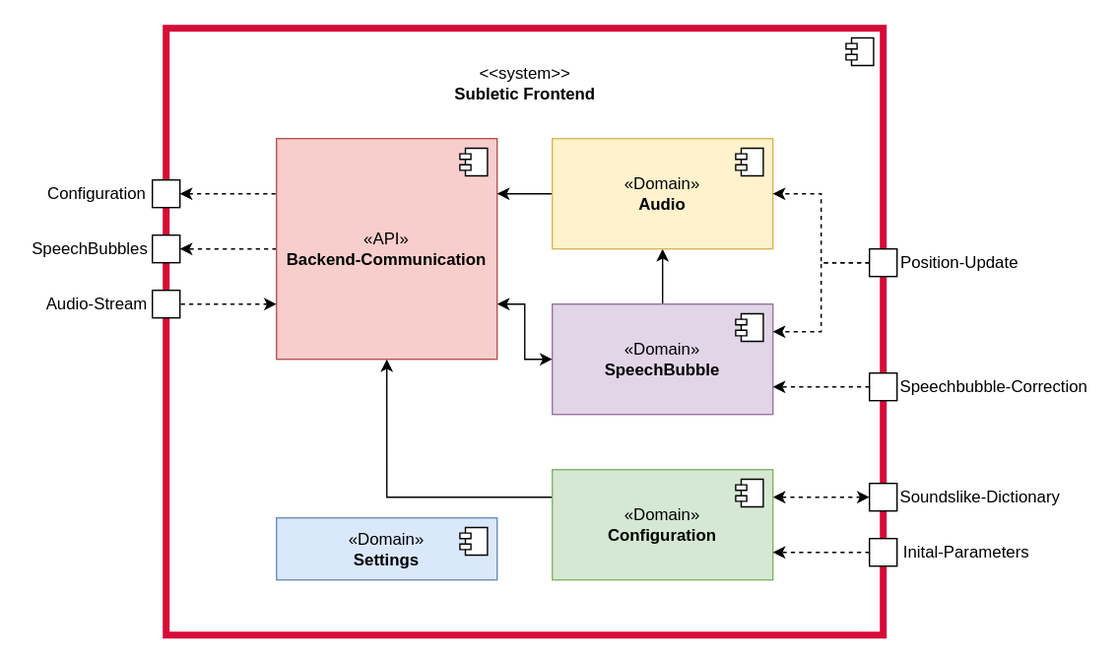
Subletic/Documentation keeps this draw.io diagram as TechnicalDocumentation/arc42/img/Bausteinsicht_1_Frontend.drawio.svg. Above is the earlier version. Source tidied: cells renumbered, new cells last; positions are measured from the earlier drawing's top-left corner, leaving out a move shared by most shapes.
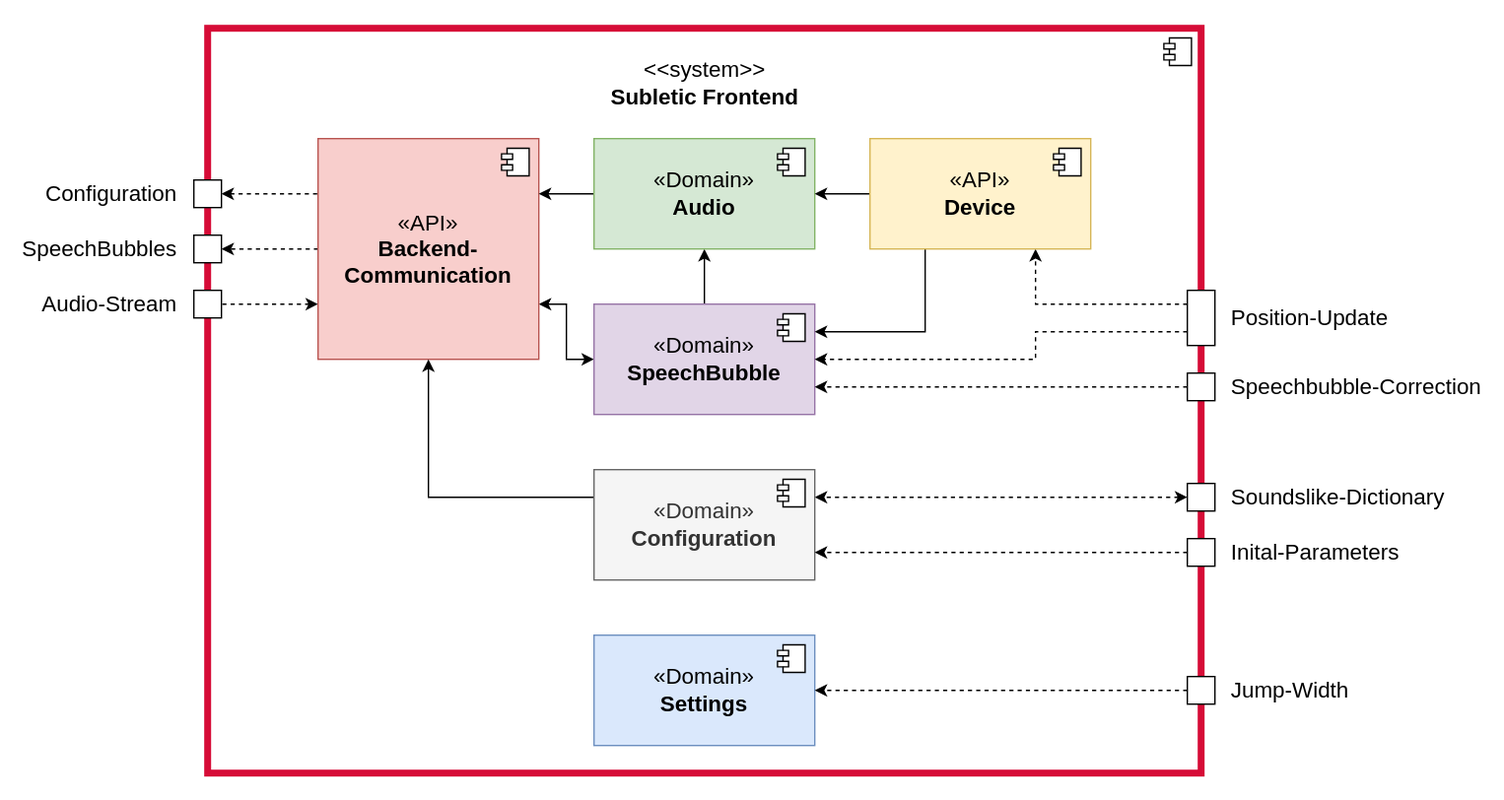
The same file after the commit.

Change to the diagram source:
```diff
@@ -3,10 +3,10 @@
     <mxCell id="0" />
     <mxCell id="1" parent="0" />
     <mxCell id="2" style="rounded=0;whiteSpace=wrap;html=1;strokeColor=none;strokeWidth=10;" parent="1" vertex="1">
-      <mxGeometry width="810" height="480" as="geometry" />
+      <mxGeometry width="1090" height="580" as="geometry" />
     </mxCell>
     <mxCell id="3" style="html=1;whiteSpace=wrap;strokeColor=#D60C37;strokeWidth=5;" parent="1" vertex="1">
-      <mxGeometry x="120" y="20" width="520" height="440" as="geometry" />
+      <mxGeometry x="150" y="20" width="720" height="540" as="geometry" />
     </mxCell>
     <mxCell id="4" style="shape=module;jettyWidth=8;jettyHeight=4;" parent="3" vertex="1">
       <mxGeometry x="1" width="20" height="20" relative="1" as="geometry">
@@ -16,8 +16,8 @@
     <mxCell id="5" style="edgeStyle=orthogonalEdgeStyle;rounded=0;jettySize=auto;html=1;exitX=0;exitY=0.5;exitDx=0;exitDy=0;entryX=1;entryY=0.5;entryDx=0;entryDy=0;dashed=1;" parent="1" edge="1" source="8" target="20">
       <mxGeometry relative="1" as="geometry">
         <Array as="points">
-          <mxPoint x="160" y="180" />
-          <mxPoint x="160" y="180" />
+          <mxPoint x="190" y="180" />
+          <mxPoint x="190" y="180" />
         </Array>
       </mxGeometry>
     </mxCell>
@@ -27,8 +27,8 @@
     <mxCell id="7" style="edgeStyle=orthogonalEdgeStyle;rounded=0;jettySize=auto;html=1;exitX=0;exitY=0.75;exitDx=0;exitDy=0;entryX=1;entryY=0.5;entryDx=0;entryDy=0;dashed=1;startArrow=classic;startFill=1;endArrow=none;endFill=0;" parent="1" edge="1" source="8" target="31">
       <mxGeometry relative="1" as="geometry" />
     </mxCell>
-    <mxCell id="8" value="«API»&lt;br&gt;&lt;b&gt;Backend-Communication&lt;/b&gt;" style="html=1;whiteSpace=wrap;fillColor=#f8cecc;strokeColor=#b85450;" parent="1" vertex="1">
-      <mxGeometry x="200" y="100" width="160" height="160" as="geometry" />
+    <mxCell id="8" value="«API»&lt;br style=&quot;font-size: 16px;&quot;&gt;&lt;b style=&quot;font-size: 16px;&quot;&gt;Backend-Communication&lt;/b&gt;" style="html=1;whiteSpace=wrap;fillColor=#f8cecc;strokeColor=#b85450;fontSize=16;" parent="1" vertex="1">
+      <mxGeometry x="230" y="100" width="160" height="160" as="geometry" />
     </mxCell>
     <mxCell id="9" style="shape=module;jettyWidth=8;jettyHeight=4;" parent="8" vertex="1">
       <mxGeometry x="1" width="20" height="20" relative="1" as="geometry">
@@ -41,68 +41,68 @@
     <mxCell id="11" style="edgeStyle=orthogonalEdgeStyle;html=1;exitX=0;exitY=0.5;exitDx=0;exitDy=0;entryX=1;entryY=0.25;entryDx=0;entryDy=0;rounded=0;" parent="1" edge="1" source="12" target="8">
       <mxGeometry relative="1" as="geometry" />
     </mxCell>
-    <mxCell id="12" value="«Domain»&lt;br&gt;&lt;b&gt;Audio&lt;/b&gt;" style="html=1;whiteSpace=wrap;fillColor=#fff2cc;strokeColor=#d6b656;" parent="1" vertex="1">
-      <mxGeometry x="400" y="100" width="160" height="80" as="geometry" />
+    <mxCell id="12" value="«Domain»&lt;br style=&quot;font-size: 16px;&quot;&gt;&lt;b style=&quot;font-size: 16px;&quot;&gt;Audio&lt;/b&gt;" style="html=1;whiteSpace=wrap;fillColor=#d5e8d4;strokeColor=#82b366;fontSize=16;" parent="1" vertex="1">
+      <mxGeometry x="430" y="100" width="160" height="80" as="geometry" />
     </mxCell>
     <mxCell id="13" style="shape=module;jettyWidth=8;jettyHeight=4;" parent="12" vertex="1">
       <mxGeometry x="1" width="20" height="20" relative="1" as="geometry">
         <mxPoint x="-27" y="7" as="offset" />
       </mxGeometry>
     </mxCell>
-    <mxCell id="14" value="«Domain»&lt;br&gt;&lt;b&gt;SpeechBubble&lt;/b&gt;" style="html=1;whiteSpace=wrap;fillColor=#e1d5e7;strokeColor=#9673a6;" parent="1" vertex="1">
-      <mxGeometry x="400" y="220" width="160" height="80" as="geometry" />
+    <mxCell id="14" value="«Domain»&lt;br style=&quot;font-size: 16px;&quot;&gt;&lt;b style=&quot;font-size: 16px;&quot;&gt;SpeechBubble&lt;/b&gt;" style="html=1;whiteSpace=wrap;fillColor=#e1d5e7;strokeColor=#9673a6;fontSize=16;" parent="1" vertex="1">
+      <mxGeometry x="430" y="220" width="160" height="80" as="geometry" />
     </mxCell>
     <mxCell id="15" style="shape=module;jettyWidth=8;jettyHeight=4;" parent="14" vertex="1">
       <mxGeometry x="1" width="20" height="20" relative="1" as="geometry">
         <mxPoint x="-27" y="7" as="offset" />
       </mxGeometry>
     </mxCell>
-    <mxCell id="16" style="edgeStyle=orthogonalEdgeStyle;rounded=0;jettySize=auto;html=1;exitX=0;exitY=0.5;exitDx=0;exitDy=0;dashed=1;entryX=1;entryY=0.75;entryDx=0;entryDy=0;" parent="1" edge="1" source="24" target="14">
+    <mxCell id="16" style="edgeStyle=orthogonalEdgeStyle;rounded=0;jettySize=auto;html=1;dashed=1;entryX=1;entryY=0.75;entryDx=0;entryDy=0;exitX=0;exitY=0.5;exitDx=0;exitDy=0;" parent="1" edge="1" source="24" target="14">
       <mxGeometry relative="1" as="geometry" />
     </mxCell>
     <mxCell id="17" style="edgeStyle=orthogonalEdgeStyle;rounded=0;jettySize=auto;html=1;entryX=0;entryY=0.25;entryDx=0;entryDy=0;dashed=1;exitX=1;exitY=0.5;exitDx=0;exitDy=0;startArrow=classic;startFill=1;endArrow=none;endFill=0;" parent="1" edge="1" source="18" target="8">
       <mxGeometry relative="1" as="geometry">
         <Array as="points">
-          <mxPoint x="140" y="140" />
-          <mxPoint x="140" y="140" />
+          <mxPoint x="170" y="140" />
+          <mxPoint x="170" y="140" />
         </Array>
       </mxGeometry>
     </mxCell>
     <mxCell id="18" style="rounded=0;whiteSpace=wrap;html=1;" parent="1" vertex="1">
-      <mxGeometry x="110" y="130" width="20" height="20" as="geometry" />
+      <mxGeometry x="140" y="130" width="20" height="20" as="geometry" />
     </mxCell>
-    <mxCell id="19" value="Audio-Stream" style="text;html=1;strokeColor=none;fillColor=none;align=center;verticalAlign=middle;whiteSpace=wrap;rounded=0;" parent="1" vertex="1">
-      <mxGeometry x="30" y="205" width="80" height="30" as="geometry" />
+    <mxCell id="19" value="Audio-Stream" style="text;html=1;strokeColor=none;fillColor=none;align=right;verticalAlign=middle;whiteSpace=wrap;rounded=0;fontSize=16;" parent="1" vertex="1">
+      <mxGeometry x="20" y="205" width="110" height="30" as="geometry" />
     </mxCell>
     <mxCell id="20" style="rounded=0;whiteSpace=wrap;html=1;" parent="1" vertex="1">
-      <mxGeometry x="110" y="170" width="20" height="20" as="geometry" />
+      <mxGeometry x="140" y="170" width="20" height="20" as="geometry" />
     </mxCell>
-    <mxCell id="21" value="Configuration" style="text;html=1;strokeColor=none;fillColor=none;align=center;verticalAlign=middle;whiteSpace=wrap;rounded=0;" parent="1" vertex="1">
-      <mxGeometry x="30" y="125" width="80" height="30" as="geometry" />
+    <mxCell id="21" value="Configuration" style="text;html=1;strokeColor=none;fillColor=none;align=right;verticalAlign=middle;whiteSpace=wrap;rounded=0;fontSize=16;" parent="1" vertex="1">
+      <mxGeometry x="20" y="125" width="110" height="30" as="geometry" />
     </mxCell>
     <mxCell id="22" style="edgeStyle=orthogonalEdgeStyle;rounded=0;jettySize=auto;html=1;exitX=0;exitY=0.5;exitDx=0;exitDy=0;entryX=1;entryY=0.25;entryDx=0;entryDy=0;dashed=1;startArrow=classic;startFill=1;" parent="1" edge="1" source="23" target="29">
       <mxGeometry relative="1" as="geometry" />
     </mxCell>
     <mxCell id="23" style="rounded=0;whiteSpace=wrap;html=1;" parent="1" vertex="1">
-      <mxGeometry x="630" y="350" width="20" height="20" as="geometry" />
+      <mxGeometry x="860" y="350" width="20" height="20" as="geometry" />
     </mxCell>
     <mxCell id="24" style="rounded=0;whiteSpace=wrap;html=1;" parent="1" vertex="1">
-      <mxGeometry x="630" y="270" width="20" height="20" as="geometry" />
+      <mxGeometry x="860" y="270" width="20" height="20" as="geometry" />
     </mxCell>
-    <mxCell id="25" value="&lt;div&gt;&amp;lt;&amp;lt;system&amp;gt;&amp;gt;&lt;/div&gt;&lt;div&gt;&lt;b&gt;Subletic Frontend&lt;/b&gt;&lt;br&gt;&lt;/div&gt;" style="text;html=1;align=center;verticalAlign=middle;strokeColor=none;fillColor=none;" parent="1" vertex="1">
-      <mxGeometry x="315" y="40" width="130" height="40" as="geometry" />
+    <mxCell id="25" value="&lt;div style=&quot;font-size: 16px;&quot;&gt;&amp;lt;&amp;lt;system&amp;gt;&amp;gt;&lt;/div&gt;&lt;div style=&quot;font-size: 16px;&quot;&gt;&lt;b style=&quot;font-size: 16px;&quot;&gt;Subletic Frontend&lt;/b&gt;&lt;br style=&quot;font-size: 16px;&quot;&gt;&lt;/div&gt;" style="text;html=1;align=center;verticalAlign=middle;strokeColor=none;fillColor=none;fontSize=16;" parent="1" vertex="1">
+      <mxGeometry x="430" y="35" width="160" height="50" as="geometry" />
     </mxCell>
-    <mxCell id="26" value="Soundslike-Dictionary" style="text;html=1;align=center;verticalAlign=middle;strokeColor=none;fillColor=none;rotation=0;" parent="1" vertex="1">
-      <mxGeometry x="650" y="345" width="120" height="30" as="geometry" />
+    <mxCell id="26" value="Soundslike-Dictionary" style="text;html=1;align=left;verticalAlign=middle;strokeColor=none;fillColor=none;rotation=0;fontSize=16;" parent="1" vertex="1">
+      <mxGeometry x="890" y="345" width="180" height="30" as="geometry" />
     </mxCell>
-    <mxCell id="27" value="Speechbubble-Correction" style="text;html=1;align=center;verticalAlign=middle;strokeColor=none;fillColor=none;" parent="1" vertex="1">
-      <mxGeometry x="650" y="265" width="140" height="30" as="geometry" />
+    <mxCell id="27" value="Speechbubble-Correction" style="text;html=1;align=left;verticalAlign=middle;strokeColor=none;fillColor=none;fontSize=16;" parent="1" vertex="1">
+      <mxGeometry x="890" y="265" width="200" height="30" as="geometry" />
     </mxCell>
     <mxCell id="28" style="edgeStyle=orthogonalEdgeStyle;rounded=0;jettySize=auto;html=1;exitX=0;exitY=0.25;exitDx=0;exitDy=0;entryX=0.5;entryY=1;entryDx=0;entryDy=0;" parent="1" edge="1" source="29" target="8">
       <mxGeometry relative="1" as="geometry" />
     </mxCell>
-    <mxCell id="29" value="&lt;div&gt;«Domain»&lt;/div&gt;&lt;b&gt;Configuration&lt;/b&gt;" style="html=1;whiteSpace=wrap;fillColor=#d5e8d4;strokeColor=#82b366;" parent="1" vertex="1">
-      <mxGeometry x="400" y="340" width="160" height="80" as="geometry" />
+    <mxCell id="29" value="&lt;div style=&quot;font-size: 16px;&quot;&gt;«Domain»&lt;/div&gt;&lt;b style=&quot;font-size: 16px;&quot;&gt;Configuration&lt;/b&gt;" style="html=1;whiteSpace=wrap;fillColor=#f5f5f5;strokeColor=#666666;fontColor=#333333;fontSize=16;" parent="1" vertex="1">
+      <mxGeometry x="430" y="340" width="160" height="80" as="geometry" />
     </mxCell>
     <mxCell id="30" style="shape=module;jettyWidth=8;jettyHeight=4;" parent="29" vertex="1">
       <mxGeometry x="1" width="20" height="20" relative="1" as="geometry">
@@ -110,39 +110,71 @@
       </mxGeometry>
     </mxCell>
     <mxCell id="31" style="rounded=0;whiteSpace=wrap;html=1;" parent="1" vertex="1">
-      <mxGeometry x="110" y="210" width="20" height="20" as="geometry" />
+      <mxGeometry x="140" y="210" width="20" height="20" as="geometry" />
     </mxCell>
-    <mxCell id="32" value="SpeechBubbles" style="text;html=1;strokeColor=none;fillColor=none;align=center;verticalAlign=middle;whiteSpace=wrap;rounded=0;" parent="1" vertex="1">
-      <mxGeometry x="20" y="165" width="90" height="30" as="geometry" />
+    <mxCell id="32" value="SpeechBubbles" style="text;html=1;strokeColor=none;fillColor=none;align=right;verticalAlign=middle;whiteSpace=wrap;rounded=0;fontSize=16;" parent="1" vertex="1">
+      <mxGeometry y="165" width="130" height="30" as="geometry" />
     </mxCell>
-    <mxCell id="33" style="edgeStyle=orthogonalEdgeStyle;rounded=0;jettySize=auto;html=1;exitX=0;exitY=0.5;exitDx=0;exitDy=0;entryX=1;entryY=0.25;entryDx=0;entryDy=0;dashed=1;" parent="1" edge="1" source="35" target="14">
-      <mxGeometry relative="1" as="geometry" />
+    <mxCell id="33" style="edgeStyle=orthogonalEdgeStyle;rounded=0;jettySize=auto;html=1;entryX=1;entryY=0.5;entryDx=0;entryDy=0;dashed=1;exitX=0;exitY=0.75;exitDx=0;exitDy=0;" parent="1" edge="1" source="35" target="14">
+      <mxGeometry relative="1" as="geometry">
+        <Array as="points">
+          <mxPoint x="750" y="240" />
+          <mxPoint x="750" y="260" />
+        </Array>
+      </mxGeometry>
     </mxCell>
-    <mxCell id="34" style="edgeStyle=orthogonalEdgeStyle;rounded=0;jettySize=auto;html=1;exitX=0;exitY=0.5;exitDx=0;exitDy=0;entryX=1;entryY=0.5;entryDx=0;entryDy=0;dashed=1;" parent="1" edge="1" source="35" target="12">
-      <mxGeometry relative="1" as="geometry" />
+    <mxCell id="34" style="edgeStyle=orthogonalEdgeStyle;rounded=0;jettySize=auto;html=1;entryX=0.75;entryY=1;entryDx=0;entryDy=0;dashed=1;exitX=0;exitY=0.25;exitDx=0;exitDy=0;" parent="1" edge="1" source="35" target="44">
+      <mxGeometry relative="1" as="geometry">
+        <Array as="points">
+          <mxPoint x="750" y="220" />
+        </Array>
+      </mxGeometry>
     </mxCell>
     <mxCell id="35" style="rounded=0;whiteSpace=wrap;html=1;" parent="1" vertex="1">
-      <mxGeometry x="630" y="180" width="20" height="20" as="geometry" />
+      <mxGeometry x="860" y="210" width="20" height="40" as="geometry" />
     </mxCell>
-    <mxCell id="36" value="Position-Update" style="text;html=1;align=center;verticalAlign=middle;strokeColor=none;fillColor=none;" parent="1" vertex="1">
-      <mxGeometry x="650" y="175" width="90" height="30" as="geometry" />
+    <mxCell id="36" value="Position-Update" style="text;html=1;align=left;verticalAlign=middle;strokeColor=none;fillColor=none;fontSize=16;" parent="1" vertex="1">
+      <mxGeometry x="890" y="215" width="140" height="30" as="geometry" />
     </mxCell>
     <mxCell id="37" style="rounded=0;whiteSpace=wrap;html=1;" parent="1" vertex="1">
-      <mxGeometry x="630" y="390" width="20" height="20" as="geometry" />
+      <mxGeometry x="860" y="390" width="20" height="20" as="geometry" />
     </mxCell>
     <mxCell id="38" style="edgeStyle=orthogonalEdgeStyle;rounded=0;jettySize=auto;html=1;exitX=0;exitY=0.5;exitDx=0;exitDy=0;entryX=1;entryY=0.75;entryDx=0;entryDy=0;dashed=1;startArrow=none;startFill=0;endArrow=classic;endFill=1;" parent="1" edge="1" source="37" target="29">
       <mxGeometry relative="1" as="geometry" />
     </mxCell>
-    <mxCell id="39" value="Inital-Parameters" style="text;html=1;align=center;verticalAlign=middle;strokeColor=none;fillColor=none;rotation=0;" parent="1" vertex="1">
-      <mxGeometry x="650" y="385" width="100" height="30" as="geometry" />
+    <mxCell id="39" value="Inital-Parameters" style="text;html=1;align=left;verticalAlign=middle;strokeColor=none;fillColor=none;rotation=0;fontSize=16;" parent="1" vertex="1">
+      <mxGeometry x="890" y="385" width="150" height="30" as="geometry" />
     </mxCell>
-    <mxCell id="40" value="&lt;div&gt;«Domain»&lt;/div&gt;&lt;b&gt;Settings&lt;/b&gt;" style="html=1;whiteSpace=wrap;fillColor=#dae8fc;strokeColor=#6c8ebf;" parent="1" vertex="1">
-      <mxGeometry x="200" y="375" width="160" height="45" as="geometry" />
+    <mxCell id="40" value="&lt;div style=&quot;font-size: 16px;&quot;&gt;«Domain»&lt;/div&gt;&lt;b style=&quot;font-size: 16px;&quot;&gt;Settings&lt;/b&gt;" style="html=1;whiteSpace=wrap;fillColor=#dae8fc;strokeColor=#6c8ebf;fontSize=16;" parent="1" vertex="1">
+      <mxGeometry x="430" y="460" width="160" height="80" as="geometry" />
     </mxCell>
     <mxCell id="41" style="shape=module;jettyWidth=8;jettyHeight=4;" parent="40" vertex="1">
       <mxGeometry x="1" width="20" height="20" relative="1" as="geometry">
         <mxPoint x="-27" y="7" as="offset" />
       </mxGeometry>
     </mxCell>
+    <mxCell id="42" style="edgeStyle=orthogonalEdgeStyle;rounded=0;jettySize=auto;html=1;exitX=0;exitY=0.5;exitDx=0;exitDy=0;entryX=1;entryY=0.5;entryDx=0;entryDy=0;" parent="1" edge="1" source="44" target="12">
+      <mxGeometry relative="1" as="geometry" />
+    </mxCell>
+    <mxCell id="43" style="edgeStyle=orthogonalEdgeStyle;rounded=0;jettySize=auto;html=1;exitX=0.25;exitY=1;exitDx=0;exitDy=0;entryX=1;entryY=0.25;entryDx=0;entryDy=0;" parent="1" edge="1" source="44" target="14">
+      <mxGeometry relative="1" as="geometry" />
+    </mxCell>
+    <mxCell id="44" value="«API»&lt;br style=&quot;font-size: 16px;&quot;&gt;&lt;b style=&quot;font-size: 16px;&quot;&gt;Device&lt;/b&gt;" style="html=1;whiteSpace=wrap;fillColor=#fff2cc;strokeColor=#d6b656;fontSize=16;" parent="1" vertex="1">
+      <mxGeometry x="630" y="100" width="160" height="80" as="geometry" />
+    </mxCell>
+    <mxCell id="45" style="shape=module;jettyWidth=8;jettyHeight=4;" parent="44" vertex="1">
+      <mxGeometry x="1" width="20" height="20" relative="1" as="geometry">
+        <mxPoint x="-27" y="7" as="offset" />
+      </mxGeometry>
+    </mxCell>
+    <mxCell id="46" style="edgeStyle=orthogonalEdgeStyle;rounded=0;jettySize=auto;html=1;exitX=0;exitY=0.5;exitDx=0;exitDy=0;dashed=1;" parent="1" edge="1" source="47" target="40">
+      <mxGeometry relative="1" as="geometry" />
+    </mxCell>
+    <mxCell id="47" style="rounded=0;whiteSpace=wrap;html=1;" parent="1" vertex="1">
+      <mxGeometry x="860" y="490" width="20" height="20" as="geometry" />
+    </mxCell>
+    <mxCell id="48" value="Jump-Width" style="text;html=1;align=left;verticalAlign=middle;strokeColor=none;fillColor=none;rotation=0;fontSize=16;" parent="1" vertex="1">
+      <mxGeometry x="890" y="485" width="110" height="30" as="geometry" />
+    </mxCell>
   </root>
 </mxGraphModel>
```
